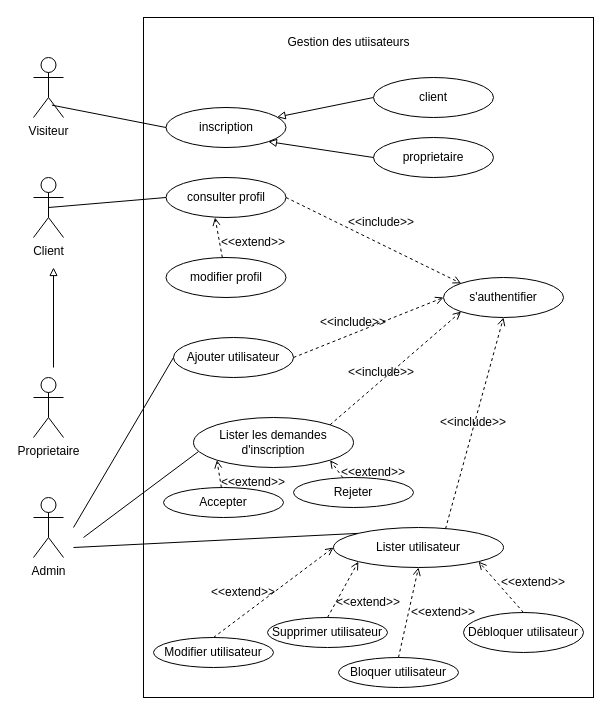
Earlier version of the draw.io diagram use case Gestion des utilisateurs.drawio (Tussa-D/diagramme_mrm). Source tidied: cells renumbered, new cells numbered last; positions are measured from the earlier drawing's top-left corner, leaving out a move shared by most shapes. Both pictures are drawn from the tidied source at 100%, with x=0, y=0 at pixel (33, 17).
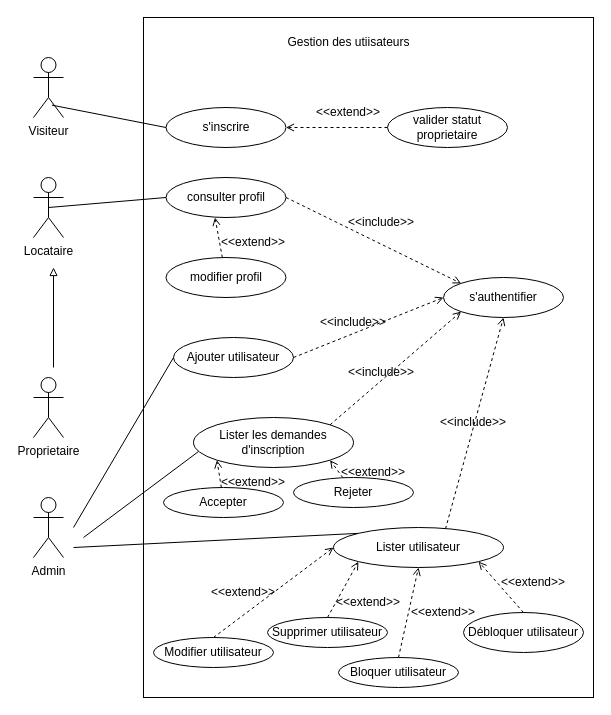
Above is the later version.

Commit message:
Mettre à jour use case Gestion des utilisateurs.drawio

Change to the diagram source:
```diff
@@
-    <mxCell id="5" value="Client" style="shape=umlActor;verticalLabelPosition=bottom;verticalAlign=top;html=1;outlineConnect=0;" parent="1" vertex="1">
+    <mxCell id="5" value="Locataire" style="shape=umlActor;verticalLabelPosition=bottom;verticalAlign=top;html=1;outlineConnect=0;" parent="1" vertex="1">
       <mxGeometry y="160" width="30" height="60" as="geometry" />
     </mxCell>
@@
-    <mxCell id="8" value="inscription" style="ellipse;whiteSpace=wrap;html=1;" parent="1" vertex="1">
+    <mxCell id="8" value="s'inscrire" style="ellipse;whiteSpace=wrap;html=1;" parent="1" vertex="1">
       <mxGeometry x="132.5" y="90" width="120" height="40" as="geometry" />
     </mxCell>
-    <mxCell id="9" value="client" style="ellipse;whiteSpace=wrap;html=1;" parent="1" vertex="1">
-      <mxGeometry x="340" y="60" width="120" height="40" as="geometry" />
-    </mxCell>
-    <mxCell id="10" value="proprietaire" style="ellipse;whiteSpace=wrap;html=1;" parent="1" vertex="1">
-      <mxGeometry x="340" y="120" width="120" height="40" as="geometry" />
+    <mxCell id="10" value="valider statut proprietaire" style="ellipse;whiteSpace=wrap;html=1;" parent="1" vertex="1">
+      <mxGeometry x="354" y="90" width="120" height="40" as="geometry" />
     </mxCell>
-    <mxCell id="11" style="endArrow=block;html=1;rounded=0;exitX=0;exitY=0.5;exitDx=0;exitDy=0;endFill=0;" parent="1" edge="1" source="9" target="8">
-      <mxGeometry relative="1" as="geometry" />
-    </mxCell>
-    <mxCell id="12" style="endArrow=block;html=1;rounded=0;exitX=0;exitY=0.5;exitDx=0;exitDy=0;endFill=0;entryX=1;entryY=1;entryDx=0;entryDy=0;" parent="1" edge="1" source="10" target="8">
-      <mxGeometry relative="1" as="geometry" />
-    </mxCell>
@@
+    <mxCell id="12" style="endArrow=open;html=1;rounded=0;endFill=0;entryX=1;entryY=0.5;entryDx=0;entryDy=0;dashed=1;exitX=0;exitY=0.5;exitDx=0;exitDy=0;" parent="1" edge="1" source="10" target="8">
+      <mxGeometry relative="1" as="geometry" />
+    </mxCell>
+    <mxCell id="53" value="&amp;lt;&amp;lt;extend&amp;gt;&amp;gt;" style="text;html=1;align=center;verticalAlign=middle;whiteSpace=wrap;rounded=0;" parent="1" vertex="1">
+      <mxGeometry x="285" y="80" width="60" height="30" as="geometry" />
+    </mxCell>
```
